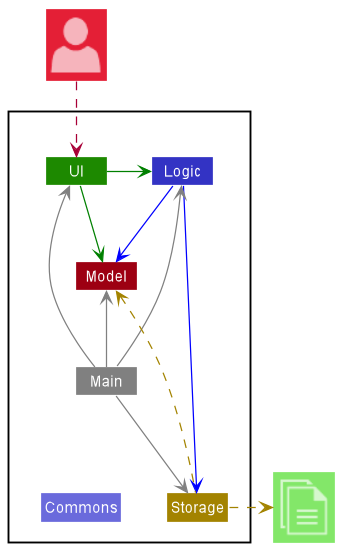
Earlier version of the PlantUML export docs/images/ArchitectureDiagram.png (nus-cs2103-AY2223S2/tp).
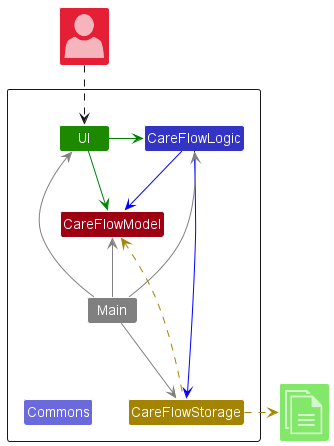
The same file after the commit.

Commit message:
update ArchitectureDiagram and DG description

The edit, as a diff of the source:
```diff
@@ -6,9 +6,9 @@
 
 Package " "<<Rectangle>>{
     Class UI UI_COLOR
-    Class Logic LOGIC_COLOR
-    Class Storage STORAGE_COLOR
-    Class Model MODEL_COLOR
+    Class CareFlowLogic LOGIC_COLOR
+    Class CareFlowStorage STORAGE_COLOR
+    Class CareFlowModel MODEL_COLOR
     Class Main #grey
     Class Commons LOGIC_COLOR_T2
 }
@@ -17,17 +17,17 @@
 Class "<$documents>" as File UI_COLOR_T1
 
 
-UI -[#green]> Logic
-UI -right[#green]-> Model
-Logic -[#blue]-> Storage
-Logic -down[#blue]-> Model
+UI -[#green]> CareFlowLogic
+UI -right[#green]-> CareFlowModel
+CareFlowLogic -[#blue]-> CareFlowStorage
+CareFlowLogic -down[#blue]-> CareFlowModel
 Main -[#grey]-> UI
-Main -[#grey]-> Logic
-Main -[#grey]-> Storage
-Main -up[#grey]-> Model
+Main -[#grey]-> CareFlowLogic
+Main -[#grey]-> CareFlowStorage
+Main -up[#grey]-> CareFlowModel
 Main -down[hidden]-> Commons
 
-Storage -up[STORAGE_COLOR].> Model
-Storage .right[STORAGE_COLOR].>File
+CareFlowStorage -up[STORAGE_COLOR].> CareFlowModel
+CareFlowStorage .right[STORAGE_COLOR].>File
 User ..> UI
 @enduml
```
